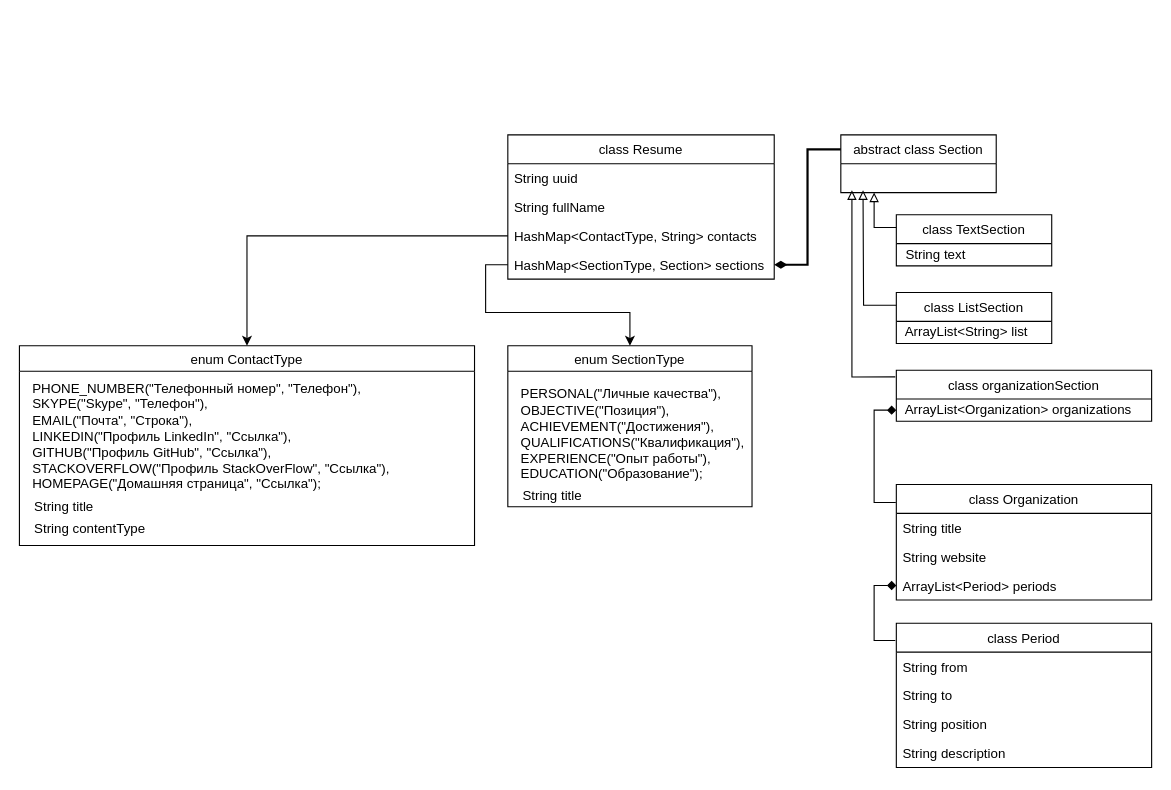
Before: Untitled Diagram.drawio in naliev/Resume-web-application, a draw.io diagram. Source tidied: cells renumbered, new cells numbered last; positions are measured from the earlier drawing's top-left corner, leaving out a move shared by most shapes. Both pictures are drawn from the tidied source at 111%, with x=0, y=0 at pixel (19, 134).
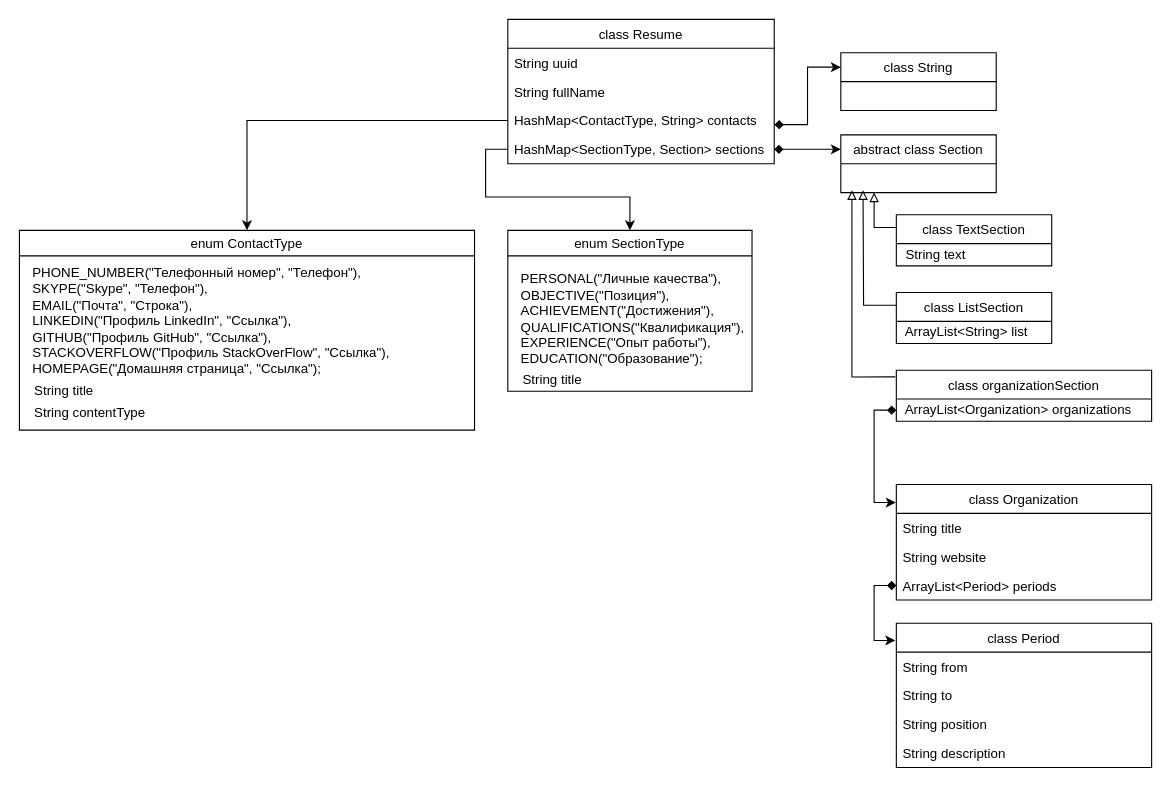
The same page after the edit.

The change refers to these unchanged cells:
```xml
<mxCell id="5" value="HashMap&lt;ContactType, String&gt; contacts" style="text;strokeColor=none;fillColor=none;align=left;verticalAlign=top;spacingLeft=4;spacingRight=4;overflow=hidden;points=[[0,0.5],[1,0.5]];portConstraint=eastwest;" parent="2" vertex="1">
  <mxGeometry y="78" width="240" height="26" as="geometry" />
</mxCell>
<mxCell id="6" value="HashMap&lt;SectionType, Section&gt; sections" style="text;strokeColor=none;fillColor=none;align=left;verticalAlign=top;spacingLeft=4;spacingRight=4;overflow=hidden;points=[[0,0.5],[1,0.5]];portConstraint=eastwest;" parent="2" vertex="1">
  <mxGeometry y="104" width="240" height="26" as="geometry" />
</mxCell>
<mxCell id="11" value="abstract class Section" style="swimlane;fontStyle=0;horizontal=1;startSize=26;fillColor=none;" parent="1" vertex="1">
  <mxGeometry x="740" width="140" height="52" as="geometry" />
</mxCell>
<mxCell id="17" value="&amp;nbsp; ArrayList&amp;lt;Organization&amp;gt; organizations" style="text;html=1;align=left;verticalAlign=middle;points=[];strokeColor=none;fillColor=none;" parent="16" vertex="1">
  <mxGeometry y="26" width="230" height="20" as="geometry" />
</mxCell>
<mxCell id="27" value="class Organization" style="swimlane;fontStyle=0;horizontal=1;startSize=26;fillColor=none;" parent="1" vertex="1">
  <mxGeometry x="790" y="315" width="230" height="104" as="geometry" />
</mxCell>
<mxCell id="30" value="ArrayList&lt;Period&gt; periods" style="text;strokeColor=none;fillColor=none;align=left;verticalAlign=top;spacingLeft=4;spacingRight=4;overflow=hidden;points=[[0,0.5],[1,0.5]];portConstraint=eastwest;" parent="27" vertex="1">
  <mxGeometry y="78" width="230" height="26" as="geometry" />
</mxCell>
<mxCell id="32" value="class Period" style="swimlane;fontStyle=0;horizontal=1;startSize=26;fillColor=none;" parent="1" vertex="1">
  <mxGeometry x="790" y="440" width="230" height="130" as="geometry" />
</mxCell>
```

Diff of the diagram source:
```diff
@@
     <mxCell id="2" value="class Resume" style="swimlane;fontStyle=0;horizontal=1;startSize=26;fillColor=none;" parent="1" vertex="1">
-      <mxGeometry x="440" width="240" height="130" as="geometry" />
+      <mxGeometry x="440" y="-104" width="240" height="130" as="geometry" />
     </mxCell>
@@
     <mxCell id="7" value="enum SectionType" style="swimlane;fontStyle=0;" parent="1" vertex="1">
-      <mxGeometry x="440" y="190" width="220" height="145" as="geometry" />
+      <mxGeometry x="440" y="86" width="220" height="145" as="geometry" />
     </mxCell>
@@
-    <mxCell id="10" style="edgeStyle=orthogonalEdgeStyle;rounded=0;jettySize=auto;html=1;exitX=0;exitY=0.25;exitDx=0;exitDy=0;entryX=1;entryY=0.5;entryDx=0;entryDy=0;endArrow=diamondThin;endFill=1;strokeWidth=2;" parent="1" edge="1" source="11" target="6">
+    <mxCell id="10" style="edgeStyle=orthogonalEdgeStyle;rounded=0;jettySize=auto;html=1;exitX=0;exitY=0.25;exitDx=0;exitDy=0;entryX=1;entryY=0.5;entryDx=0;entryDy=0;endArrow=diamond;endFill=1;strokeWidth=1;startArrow=classic;startFill=1;" parent="1" edge="1" source="11" target="6">
       <mxGeometry relative="1" as="geometry" />
     </mxCell>
@@
     <mxCell id="21" value="enum ContactType" style="swimlane;fontStyle=0;" parent="1" vertex="1">
-      <mxGeometry y="190" width="410" height="180" as="geometry" />
+      <mxGeometry y="86" width="410" height="180" as="geometry" />
     </mxCell>
@@
-    <mxCell id="31" style="edgeStyle=orthogonalEdgeStyle;rounded=0;jettySize=auto;html=1;endArrow=none;endFill=0;strokeWidth=1;entryX=-0.002;entryY=0.156;entryDx=0;entryDy=0;entryPerimeter=0;startArrow=diamond;startFill=1;" parent="1" edge="1" source="17" target="27">
+    <mxCell id="31" style="edgeStyle=orthogonalEdgeStyle;rounded=0;jettySize=auto;html=1;endArrow=classic;endFill=1;strokeWidth=1;entryX=-0.002;entryY=0.156;entryDx=0;entryDy=0;entryPerimeter=0;startArrow=diamond;startFill=1;" parent="1" edge="1" source="17" target="27">
       <mxGeometry relative="1" as="geometry">
         <Array as="points">
           <mxPoint x="770" y="248" />
           <mxPoint x="770" y="331" />
         </Array>
       </mxGeometry>
     </mxCell>
@@
-    <mxCell id="37" style="edgeStyle=orthogonalEdgeStyle;rounded=0;jettySize=auto;html=1;exitX=0;exitY=0.5;exitDx=0;exitDy=0;entryX=-0.004;entryY=0.119;entryDx=0;entryDy=0;entryPerimeter=0;endArrow=none;endFill=0;strokeWidth=1;startArrow=diamond;startFill=1;" parent="1" edge="1" source="30" target="32">
+    <mxCell id="37" style="edgeStyle=orthogonalEdgeStyle;rounded=0;jettySize=auto;html=1;exitX=0;exitY=0.5;exitDx=0;exitDy=0;entryX=-0.004;entryY=0.119;entryDx=0;entryDy=0;entryPerimeter=0;endArrow=classic;endFill=1;strokeWidth=1;startArrow=diamond;startFill=1;" parent="1" edge="1" source="30" target="32">
       <mxGeometry relative="1" as="geometry" />
     </mxCell>
+    <mxCell id="38" value="class String" style="swimlane;fontStyle=0;horizontal=1;startSize=26;fillColor=none;" parent="1" vertex="1">
+      <mxGeometry x="740" y="-74" width="140" height="52" as="geometry" />
+    </mxCell>
+    <mxCell id="39" style="edgeStyle=orthogonalEdgeStyle;rounded=0;jettySize=auto;html=1;exitX=0;exitY=0.25;exitDx=0;exitDy=0;entryX=1.001;entryY=0.646;entryDx=0;entryDy=0;endArrow=diamond;endFill=1;strokeWidth=1;startArrow=classic;startFill=1;entryPerimeter=0;" parent="1" edge="1" source="38" target="5">
+      <mxGeometry relative="1" as="geometry" />
+    </mxCell>
```
